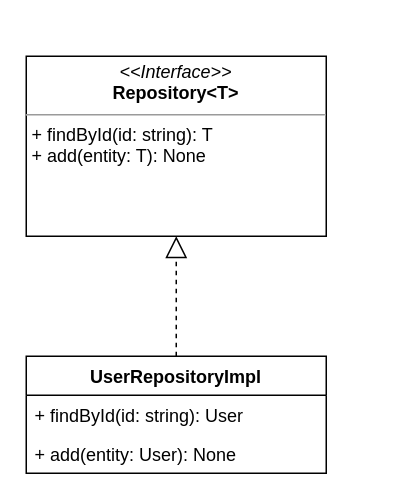
Before: page "Users Table Data Access" (3 of 3) of docs/diagrams/design.drawio in dieisabel/cypherman, a draw.io diagram. Source tidied: cells renumbered, new cells numbered last; positions are measured from the earlier drawing's top-left corner, leaving out a move shared by most shapes. Both pictures are drawn from the tidied source at 150%, with x=0, y=0 at pixel (26, 56).
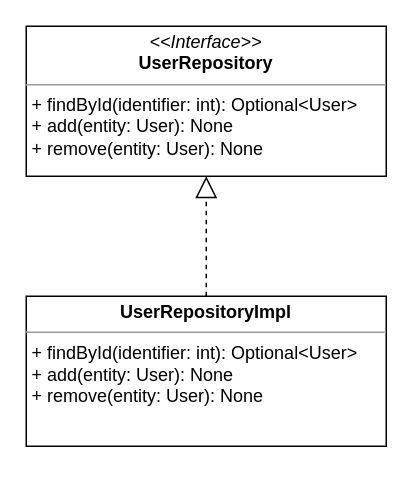
After the change.

The edit, as a diff of the source:
```diff
@@
 <mxGraphModel>
   <root>
     <mxCell id="0" />
     <mxCell id="1" parent="0" />
-    <mxCell id="2" value="&lt;p style=&quot;margin: 0px ; margin-top: 4px ; text-align: center&quot;&gt;&lt;i&gt;&amp;lt;&amp;lt;Interface&amp;gt;&amp;gt;&lt;/i&gt;&lt;br&gt;&lt;b&gt;Repository&amp;lt;T&amp;gt;&lt;/b&gt;&lt;/p&gt;&lt;hr size=&quot;1&quot;&gt;&lt;p style=&quot;margin: 0px ; margin-left: 4px&quot;&gt;&lt;/p&gt;&lt;p style=&quot;margin: 0px ; margin-left: 4px&quot;&gt;+ findById(id: string): T&lt;br&gt;+ add(entity: T): None&lt;/p&gt;" style="verticalAlign=top;align=left;overflow=fill;fontSize=12;fontFamily=Helvetica;html=1;" parent="1" vertex="1">
-      <mxGeometry width="200" height="120" as="geometry" />
-    </mxCell>
-    <mxCell id="3" value="UserRepositoryImpl" style="swimlane;fontStyle=1;align=center;verticalAlign=top;horizontal=1;startSize=26;" parent="1" vertex="1">
-      <mxGeometry y="200" width="200" height="78" as="geometry" />
-    </mxCell>
-    <mxCell id="4" value="+ findById(id: string): User" style="text;strokeColor=none;fillColor=none;align=left;verticalAlign=top;spacingLeft=4;spacingRight=4;overflow=hidden;" parent="3" vertex="1">
-      <mxGeometry y="26" width="200" height="26" as="geometry" />
-    </mxCell>
-    <mxCell id="5" value="+ add(entity: User): None" style="text;strokeColor=none;fillColor=none;align=left;verticalAlign=top;spacingLeft=4;spacingRight=4;overflow=hidden;" parent="3" vertex="1">
-      <mxGeometry y="52" width="200" height="26" as="geometry" />
-    </mxCell>
-    <mxCell id="6" style="endArrow=block;dashed=1;endFill=0;endSize=12;html=1;exitX=0.5;exitY=0;exitDx=0;exitDy=0;entryX=0.5;entryY=1;entryDx=0;entryDy=0;" parent="1" edge="1" source="3" target="2">
+    <mxCell id="6" style="endArrow=block;dashed=1;endFill=0;endSize=12;html=1;exitX=0.5;exitY=0;exitDx=0;exitDy=0;entryX=0.5;entryY=1;entryDx=0;entryDy=0;" parent="1" edge="1" source="8" target="7">
       <mxGeometry relative="1" as="geometry" />
     </mxCell>
+    <mxCell id="7" value="&lt;p style=&quot;margin: 0px ; margin-top: 4px ; text-align: center&quot;&gt;&lt;i&gt;&amp;lt;&amp;lt;Interface&amp;gt;&amp;gt;&lt;/i&gt;&lt;br&gt;&lt;b&gt;UserRepository&lt;/b&gt;&lt;/p&gt;&lt;hr size=&quot;1&quot;&gt;&lt;p style=&quot;margin: 0px ; margin-left: 4px&quot;&gt;&lt;span&gt;+ findById(identifier: int): Optional&amp;lt;User&amp;gt;&lt;/span&gt;&lt;br&gt;&lt;/p&gt;&lt;p style=&quot;margin: 0px ; margin-left: 4px&quot;&gt;+ add(entity: User): None&lt;/p&gt;&lt;p style=&quot;margin: 0px ; margin-left: 4px&quot;&gt;+ remove(entity: User): None&lt;/p&gt;" style="verticalAlign=top;align=left;overflow=fill;fontSize=12;fontFamily=Helvetica;html=1;" parent="1" vertex="1">
+      <mxGeometry y="-20" width="240" height="100" as="geometry" />
+    </mxCell>
+    <mxCell id="8" value="&lt;p style=&quot;margin: 0px ; margin-top: 4px ; text-align: center&quot;&gt;&lt;b&gt;UserRepositoryImpl&lt;/b&gt;&lt;/p&gt;&lt;hr size=&quot;1&quot;&gt;&lt;p style=&quot;margin: 0px ; margin-left: 4px&quot;&gt;&lt;span&gt;+ findById(identifier: int): Optional&amp;lt;User&amp;gt;&lt;/span&gt;&lt;br&gt;&lt;/p&gt;&lt;p style=&quot;margin: 0px ; margin-left: 4px&quot;&gt;+ add(entity: User): None&lt;/p&gt;&lt;p style=&quot;margin: 0px ; margin-left: 4px&quot;&gt;+ remove(entity: User): None&lt;/p&gt;" style="verticalAlign=top;align=left;overflow=fill;fontSize=12;fontFamily=Helvetica;html=1;" parent="1" vertex="1">
+      <mxGeometry y="160" width="240" height="100" as="geometry" />
+    </mxCell>
   </root>
 </mxGraphModel>
```
